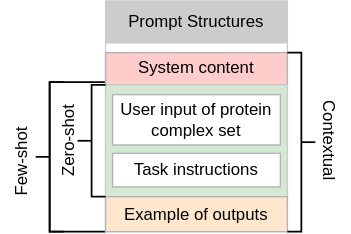
This is images/prompt_structures.drawio.svg from kashgupta01/MQP, a draw.io export, as it was before one commit. Source tidied: cells renumbered, new cells last; positions are measured from the earlier drawing's top-left corner, leaving out a move shared by most shapes. Source of this version:
```xml
<mxGraphModel>
  <root>
    <mxCell id="0" />
    <mxCell id="1" parent="0" />
    <mxCell id="2" style="strokeWidth=1.25;html=1;shape=mxgraph.flowchart.annotation_1;align=left;" parent="1" vertex="1">
      <mxGeometry x="50" y="58" width="40" height="107" as="geometry" />
    </mxCell>
    <mxCell id="3" value="&lt;span style=&quot;font-weight: normal;&quot;&gt;Prompt Structures&lt;/span&gt;" style="swimlane;whiteSpace=wrap;html=1;startSize=30;fillColor=#CCCCCC;strokeColor=#CCCCCC;" parent="1" vertex="1">
      <mxGeometry x="90" width="130" height="165" as="geometry" />
    </mxCell>
    <mxCell id="4" value="System content" style="rounded=0;whiteSpace=wrap;html=1;strokeColor=#B3B3B3;fillColor=#FFCCCC;" parent="3" vertex="1">
      <mxGeometry y="37" width="130" height="23" as="geometry" />
    </mxCell>
    <mxCell id="5" style="rounded=0;whiteSpace=wrap;html=1;strokeColor=#CCCCCC;fillColor=#D5E8D4;" parent="3" vertex="1">
      <mxGeometry y="60" width="130" height="80" as="geometry" />
    </mxCell>
    <mxCell id="6" value="User input of protein complex set" style="rounded=0;whiteSpace=wrap;html=1;fillColor=#FFFFFF;strokeColor=#B3B3B3;" parent="3" vertex="1">
      <mxGeometry x="5" y="67" width="120" height="36" as="geometry" />
    </mxCell>
    <mxCell id="7" value="Task instructions" style="rounded=0;whiteSpace=wrap;html=1;fillColor=#FFFFFF;strokeColor=#B3B3B3;" parent="3" vertex="1">
      <mxGeometry x="5" y="109" width="120" height="24" as="geometry" />
    </mxCell>
    <mxCell id="8" value="Example of outputs" style="rounded=0;whiteSpace=wrap;html=1;fillColor=#FFE6CC;strokeColor=#B3B3B3;" parent="3" vertex="1">
      <mxGeometry y="140" width="130" height="25" as="geometry" />
    </mxCell>
    <mxCell id="9" value="&lt;font style=&quot;font-size: 12px;&quot;&gt;Contextual&lt;/font&gt;" style="text;html=1;align=center;verticalAlign=middle;whiteSpace=wrap;rounded=0;rotation=90;" parent="1" vertex="1">
      <mxGeometry x="215" y="85" width="70" height="30" as="geometry" />
    </mxCell>
    <mxCell id="10" value="&lt;font style=&quot;font-size: 12px;&quot;&gt;Zero-shot&lt;/font&gt;" style="text;html=1;align=center;verticalAlign=middle;whiteSpace=wrap;rounded=0;rotation=270;" parent="1" vertex="1">
      <mxGeometry x="24" y="85" width="80" height="30" as="geometry" />
    </mxCell>
    <mxCell id="11" value="Few-shot" style="text;html=1;align=center;verticalAlign=middle;whiteSpace=wrap;rounded=0;rotation=270;" parent="1" vertex="1">
      <mxGeometry y="100" width="60" height="30" as="geometry" />
    </mxCell>
    <mxCell id="12" style="strokeWidth=1.25;html=1;shape=mxgraph.flowchart.annotation_2;align=left;labelPosition=right;direction=west;" parent="1" vertex="1">
      <mxGeometry x="220" y="37" width="20" height="128" as="geometry" />
    </mxCell>
    <mxCell id="13" style="strokeWidth=1.25;html=1;shape=mxgraph.flowchart.annotation_2;align=left;labelPosition=right;" parent="1" vertex="1">
      <mxGeometry x="70" y="60" width="20" height="80" as="geometry" />
    </mxCell>
    <mxCell id="14" style="strokeWidth=1.25;html=1;shape=mxgraph.flowchart.annotation_2;align=left;labelPosition=right;" parent="1" vertex="1">
      <mxGeometry x="40" y="58" width="20" height="107" as="geometry" />
    </mxCell>
  </root>
</mxGraphModel>
```
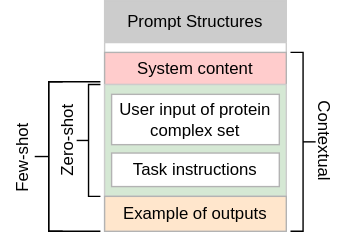
The same file after the commit.

What changed in the source:
```diff
@@ -2,8 +2,8 @@
   <root>
     <mxCell id="0" />
     <mxCell id="1" parent="0" />
-    <mxCell id="2" style="strokeWidth=1.25;html=1;shape=mxgraph.flowchart.annotation_1;align=left;" parent="1" vertex="1">
-      <mxGeometry x="50" y="58" width="40" height="107" as="geometry" />
+    <mxCell id="2" style="strokeWidth=1;html=1;shape=mxgraph.flowchart.annotation_1;align=left;" parent="1" vertex="1">
+      <mxGeometry x="50" y="58" width="37" height="107" as="geometry" />
     </mxCell>
     <mxCell id="3" value="&lt;span style=&quot;font-weight: normal;&quot;&gt;Prompt Structures&lt;/span&gt;" style="swimlane;whiteSpace=wrap;html=1;startSize=30;fillColor=#CCCCCC;strokeColor=#CCCCCC;" parent="1" vertex="1">
       <mxGeometry x="90" width="130" height="165" as="geometry" />
@@ -24,21 +24,21 @@
       <mxGeometry y="140" width="130" height="25" as="geometry" />
     </mxCell>
     <mxCell id="9" value="&lt;font style=&quot;font-size: 12px;&quot;&gt;Contextual&lt;/font&gt;" style="text;html=1;align=center;verticalAlign=middle;whiteSpace=wrap;rounded=0;rotation=90;" parent="1" vertex="1">
-      <mxGeometry x="215" y="85" width="70" height="30" as="geometry" />
+      <mxGeometry x="212.5" y="87.5" width="70" height="25" as="geometry" />
     </mxCell>
     <mxCell id="10" value="&lt;font style=&quot;font-size: 12px;&quot;&gt;Zero-shot&lt;/font&gt;" style="text;html=1;align=center;verticalAlign=middle;whiteSpace=wrap;rounded=0;rotation=270;" parent="1" vertex="1">
       <mxGeometry x="24" y="85" width="80" height="30" as="geometry" />
     </mxCell>
     <mxCell id="11" value="Few-shot" style="text;html=1;align=center;verticalAlign=middle;whiteSpace=wrap;rounded=0;rotation=270;" parent="1" vertex="1">
-      <mxGeometry y="100" width="60" height="30" as="geometry" />
+      <mxGeometry x="1" y="97.5" width="60" height="30" as="geometry" />
     </mxCell>
-    <mxCell id="12" style="strokeWidth=1.25;html=1;shape=mxgraph.flowchart.annotation_2;align=left;labelPosition=right;direction=west;" parent="1" vertex="1">
-      <mxGeometry x="220" y="37" width="20" height="128" as="geometry" />
+    <mxCell id="12" style="strokeWidth=1;html=1;shape=mxgraph.flowchart.annotation_2;align=left;labelPosition=right;direction=west;" parent="1" vertex="1">
+      <mxGeometry x="223" y="37" width="18" height="128" as="geometry" />
     </mxCell>
-    <mxCell id="13" style="strokeWidth=1.25;html=1;shape=mxgraph.flowchart.annotation_2;align=left;labelPosition=right;" parent="1" vertex="1">
-      <mxGeometry x="70" y="60" width="20" height="80" as="geometry" />
+    <mxCell id="13" style="strokeWidth=1;html=1;shape=mxgraph.flowchart.annotation_2;align=left;labelPosition=right;" parent="1" vertex="1">
+      <mxGeometry x="70" y="60" width="17" height="80" as="geometry" />
     </mxCell>
-    <mxCell id="14" style="strokeWidth=1.25;html=1;shape=mxgraph.flowchart.annotation_2;align=left;labelPosition=right;" parent="1" vertex="1">
+    <mxCell id="14" style="strokeWidth=1;html=1;shape=mxgraph.flowchart.annotation_2;align=left;labelPosition=right;" parent="1" vertex="1">
       <mxGeometry x="40" y="58" width="20" height="107" as="geometry" />
     </mxCell>
   </root>
```
